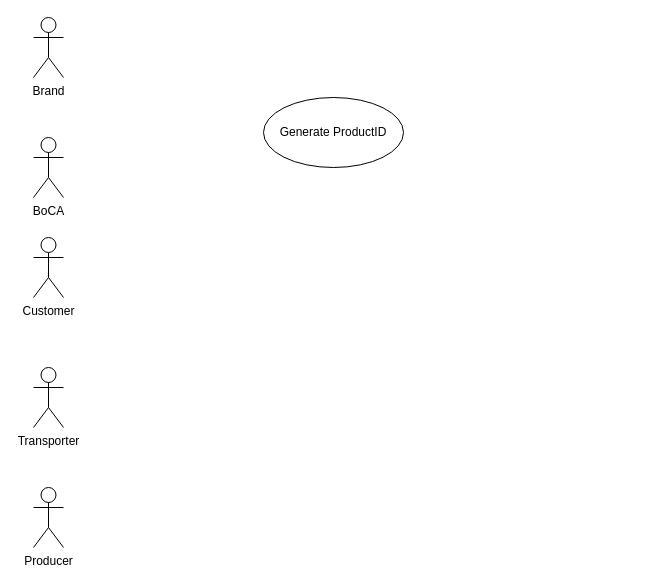
NTT-TNN/draw keeps this draw.io diagram as page "useCase" (1 of 3) of Tracing2020.drawio. Above is the earlier version. Source tidied: cells renumbered, new cells numbered last; positions are measured from the earlier drawing's top-left corner, leaving out a move shared by most shapes. Both pictures are drawn from the tidied source at 100%, with x=0, y=0 at pixel (33, 17).
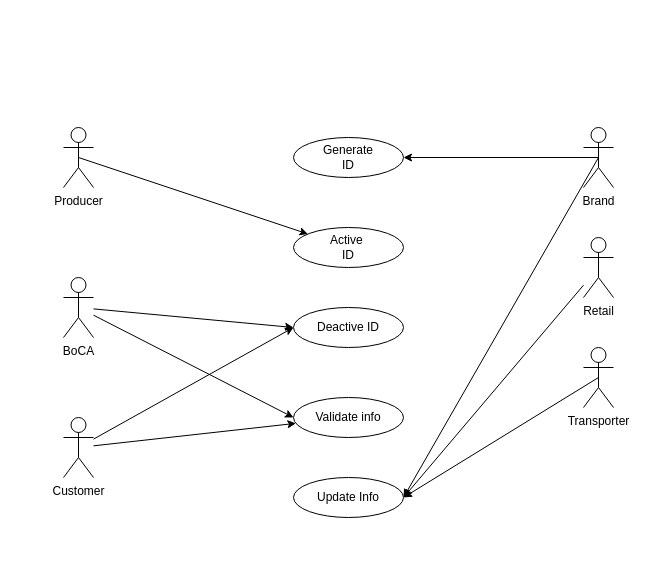
The same diagram, later.

The edit, as a diff of the source:
```diff
@@
+    <mxCell id="8" style="edgeStyle=none;rounded=0;jettySize=auto;html=1;" parent="1" edge="1" source="2" target="18">
+      <mxGeometry relative="1" as="geometry" />
+    </mxCell>
+    <mxCell id="9" style="edgeStyle=none;rounded=0;jettySize=auto;html=1;entryX=0;entryY=0.5;entryDx=0;entryDy=0;" parent="1" edge="1" source="2" target="19">
+      <mxGeometry relative="1" as="geometry" />
+    </mxCell>
     <mxCell id="2" value="Customer" style="shape=umlActor;html=1;verticalLabelPosition=bottom;verticalAlign=top;align=center;" parent="1" vertex="1">
-      <mxGeometry y="220" width="30" height="60" as="geometry" />
+      <mxGeometry x="30" y="400" width="30" height="60" as="geometry" />
     </mxCell>
-    <mxCell id="3" value="Generate ProductID" style="ellipse;whiteSpace=wrap;html=1;" parent="1" vertex="1">
-      <mxGeometry x="230" y="80" width="140" height="70" as="geometry" />
+    <mxCell id="3" value="Generate &lt;br&gt;ID" style="ellipse;whiteSpace=wrap;html=1;" parent="1" vertex="1">
+      <mxGeometry x="260" y="120" width="110" height="40" as="geometry" />
     </mxCell>
+    <mxCell id="10" style="edgeStyle=none;rounded=0;jettySize=auto;html=1;entryX=0;entryY=0.5;entryDx=0;entryDy=0;" parent="1" edge="1" source="4" target="18">
+      <mxGeometry relative="1" as="geometry" />
+    </mxCell>
+    <mxCell id="11" style="edgeStyle=none;rounded=0;jettySize=auto;html=1;entryX=0;entryY=0.5;entryDx=0;entryDy=0;" parent="1" edge="1" source="4" target="19">
+      <mxGeometry relative="1" as="geometry" />
+    </mxCell>
     <mxCell id="4" value="BoCA&lt;br&gt;" style="shape=umlActor;html=1;verticalLabelPosition=bottom;verticalAlign=top;align=center;" parent="1" vertex="1">
-      <mxGeometry y="120" width="30" height="60" as="geometry" />
+      <mxGeometry x="30" y="260" width="30" height="60" as="geometry" />
     </mxCell>
+    <mxCell id="12" style="edgeStyle=orthogonalEdgeStyle;rounded=0;jettySize=auto;html=1;exitX=0.5;exitY=0.5;exitDx=0;exitDy=0;exitPerimeter=0;" parent="1" edge="1" source="5" target="3">
+      <mxGeometry relative="1" as="geometry" />
+    </mxCell>
+    <mxCell id="13" style="rounded=0;jettySize=auto;html=1;exitX=0.5;exitY=0.5;exitDx=0;exitDy=0;exitPerimeter=0;entryX=1;entryY=0.5;entryDx=0;entryDy=0;" parent="1" edge="1" source="5" target="17">
+      <mxGeometry relative="1" as="geometry" />
+    </mxCell>
     <mxCell id="5" value="Brand" style="shape=umlActor;html=1;verticalLabelPosition=bottom;verticalAlign=top;align=center;" parent="1" vertex="1">
-      <mxGeometry width="30" height="60" as="geometry" />
+      <mxGeometry x="550" y="110" width="30" height="60" as="geometry" />
     </mxCell>
+    <mxCell id="14" style="rounded=0;jettySize=auto;html=1;exitX=0.5;exitY=0.5;exitDx=0;exitDy=0;exitPerimeter=0;entryX=1;entryY=0.5;entryDx=0;entryDy=0;" parent="1" edge="1" source="6" target="17">
+      <mxGeometry relative="1" as="geometry" />
+    </mxCell>
     <mxCell id="6" value="Transporter" style="shape=umlActor;html=1;verticalLabelPosition=bottom;verticalAlign=top;align=center;" parent="1" vertex="1">
-      <mxGeometry y="350" width="30" height="60" as="geometry" />
+      <mxGeometry x="550" y="330" width="30" height="60" as="geometry" />
     </mxCell>
+    <mxCell id="15" style="rounded=0;jettySize=auto;html=1;exitX=0.5;exitY=0.5;exitDx=0;exitDy=0;exitPerimeter=0;" parent="1" edge="1" source="7" target="16">
+      <mxGeometry relative="1" as="geometry" />
+    </mxCell>
     <mxCell id="7" value="Producer" style="shape=umlActor;html=1;verticalLabelPosition=bottom;verticalAlign=top;align=center;" parent="1" vertex="1">
-      <mxGeometry y="470" width="30" height="60" as="geometry" />
+      <mxGeometry x="30" y="110" width="30" height="60" as="geometry" />
     </mxCell>
+    <mxCell id="16" value="Active&amp;nbsp;&lt;br&gt;ID" style="ellipse;whiteSpace=wrap;html=1;" parent="1" vertex="1">
+      <mxGeometry x="260" y="210" width="110" height="40" as="geometry" />
+    </mxCell>
+    <mxCell id="17" value="Update Info" style="ellipse;whiteSpace=wrap;html=1;" parent="1" vertex="1">
+      <mxGeometry x="260" y="460" width="110" height="40" as="geometry" />
+    </mxCell>
+    <mxCell id="18" value="Validate info" style="ellipse;whiteSpace=wrap;html=1;" parent="1" vertex="1">
+      <mxGeometry x="260" y="380" width="110" height="40" as="geometry" />
+    </mxCell>
+    <mxCell id="19" value="Deactive ID" style="ellipse;whiteSpace=wrap;html=1;" parent="1" vertex="1">
+      <mxGeometry x="260" y="290" width="110" height="40" as="geometry" />
+    </mxCell>
+    <mxCell id="20" style="edgeStyle=none;rounded=0;jettySize=auto;html=1;entryX=1;entryY=0.5;entryDx=0;entryDy=0;" parent="1" edge="1" source="21" target="17">
+      <mxGeometry relative="1" as="geometry" />
+    </mxCell>
+    <mxCell id="21" value="Retail" style="shape=umlActor;html=1;verticalLabelPosition=bottom;verticalAlign=top;align=center;" parent="1" vertex="1">
+      <mxGeometry x="550" y="220" width="30" height="60" as="geometry" />
+    </mxCell>
```
